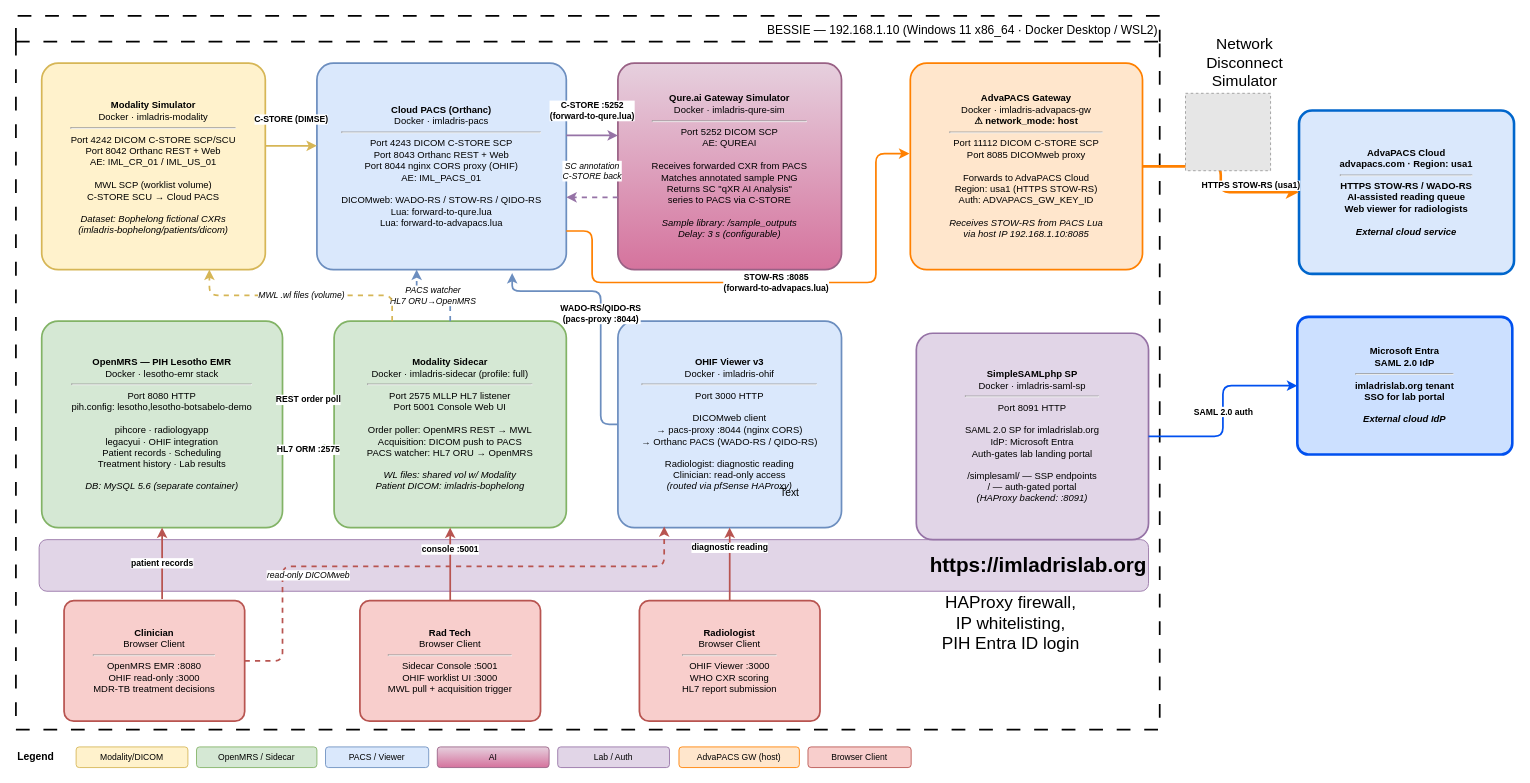
Before: page "Virtual Integration Lab" (1 of 2) of docs/imladris-architecture.drawio in jwalbers/imladris, a draw.io diagram. Source tidied: cells renumbered, new cells numbered last; positions are measured from the earlier drawing's top-left corner, leaving out a move shared by most shapes. Both pictures are drawn from the tidied source at 86%, with x=0, y=0 at pixel (15, 15). Pictures stored in the file or linked from it are replaced by grey dashed boxes.
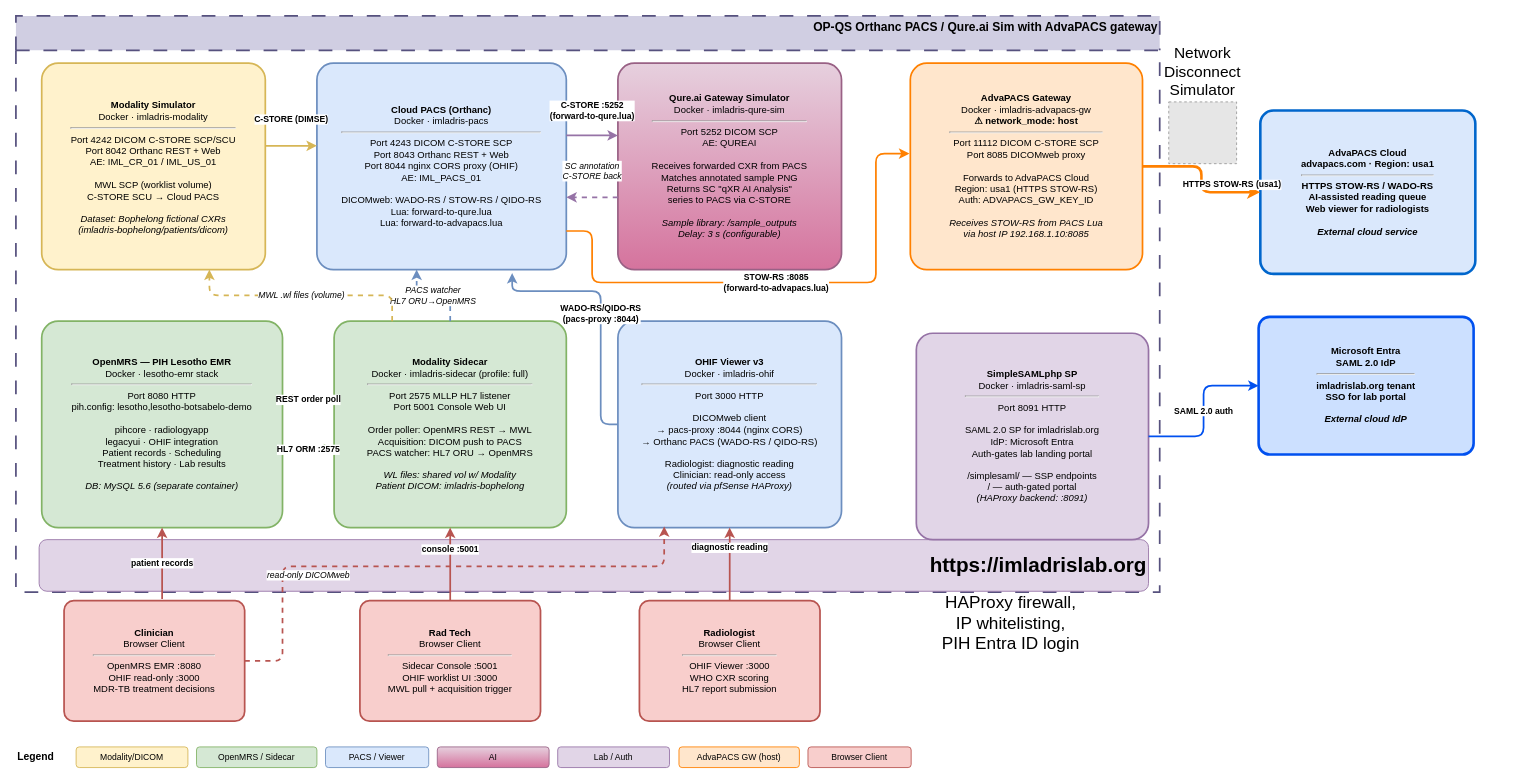
Above is the later version.

Commit message (it also covers changes not shown here):
Update drawio files, generated haproxy config and the demo powerpoint

The edit, as a diff of the source:
```diff
@@
-    <mxCell id="2" value="BESSIE — 192.168.1.10 (Windows 11 x86_64 · Docker Desktop / WSL2)" style="swimlane;startSize=30;fillColor=none;strokeWidth=2;dashed=1;dashPattern=8 8;fontSize=14;fontStyle=0;swimlaneLine=1;align=right;" parent="1" vertex="1">
-      <mxGeometry width="1330" height="830" as="geometry" />
+    <mxCell id="2" value="OP-QS Orthanc PACS / Qure.ai Sim with AdvaPACS gateway&#10;" style="swimlane;startSize=40;fillColor=#d0cee2;strokeWidth=2;dashed=1;dashPattern=8 8;fontSize=14;fontStyle=1;swimlaneLine=1;align=right;strokeColor=#56517e;" parent="1" vertex="1">
+      <mxGeometry width="1330" height="670" as="geometry" />
     </mxCell>
@@
     <mxCell id="29" value="&lt;b&gt;AdvaPACS Cloud&lt;/b&gt;&lt;br&gt;advapacs.com · Region: usa1&lt;br&gt;&lt;hr/&gt;HTTPS STOW-RS / WADO-RS&lt;br&gt;AI-assisted reading queue&lt;br&gt;Web viewer for radiologists&lt;br&gt;&lt;br&gt;&lt;i&gt;External cloud service&lt;/i&gt;" style="rounded=1;whiteSpace=wrap;html=1;fillColor=#dae8fc;strokeColor=#0066CC;strokeWidth=3;fontSize=11;align=center;verticalAlign=middle;arcSize=8;fontStyle=1;" parent="1" vertex="1">
-      <mxGeometry x="1492" y="110" width="250" height="190" as="geometry" />
+      <mxGeometry x="1447" y="110" width="250" height="190" as="geometry" />
     </mxCell>
     <mxCell id="30" value="&lt;b&gt;Microsoft Entra&lt;/b&gt;&lt;br&gt;SAML 2.0 IdP&lt;br&gt;&lt;hr/&gt;imladrislab.org tenant&lt;br&gt;SSO for lab portal&lt;br&gt;&lt;br&gt;&lt;i&gt;External cloud IdP&lt;/i&gt;" style="rounded=1;whiteSpace=wrap;html=1;fillColor=#cce0ff;strokeColor=#0050ef;strokeWidth=3;fontSize=11;align=center;verticalAlign=middle;arcSize=8;fontStyle=1;" parent="1" vertex="1">
-      <mxGeometry x="1490" y="350" width="250" height="160" as="geometry" />
+      <mxGeometry x="1445" y="350" width="250" height="160" as="geometry" />
     </mxCell>
@@
     <mxCell id="40" style="fillColor=#E6E6E6;strokeColor=#999999;dashed=1;verticalLabelPosition=bottom;labelBackgroundColor=default;verticalAlign=top;" parent="1" vertex="1">
-      <mxGeometry x="1360" y="90" width="98.9" height="90" as="geometry" />
+      <mxGeometry x="1340.5" y="100" width="78.9" height="71.8" as="geometry" />
     </mxCell>
     <mxCell id="41" value="&lt;font style=&quot;font-size: 18px;&quot;&gt;Network Disconnect Simulator&lt;/font&gt;" style="text;html=1;whiteSpace=wrap;strokeColor=none;fillColor=none;align=center;verticalAlign=middle;rounded=0;" parent="1" vertex="1">
-      <mxGeometry x="1398.9" y="40" width="60" height="30" as="geometry" />
+      <mxGeometry x="1350" y="50" width="60" height="30" as="geometry" />
     </mxCell>
@@
-    <mxCell id="43" value="Text" style="text;html=1;whiteSpace=wrap;strokeColor=none;fillColor=none;align=center;verticalAlign=middle;rounded=0;" parent="1" vertex="1">
-      <mxGeometry x="870" y="540" width="60" height="30" as="geometry" />
-    </mxCell>
```
